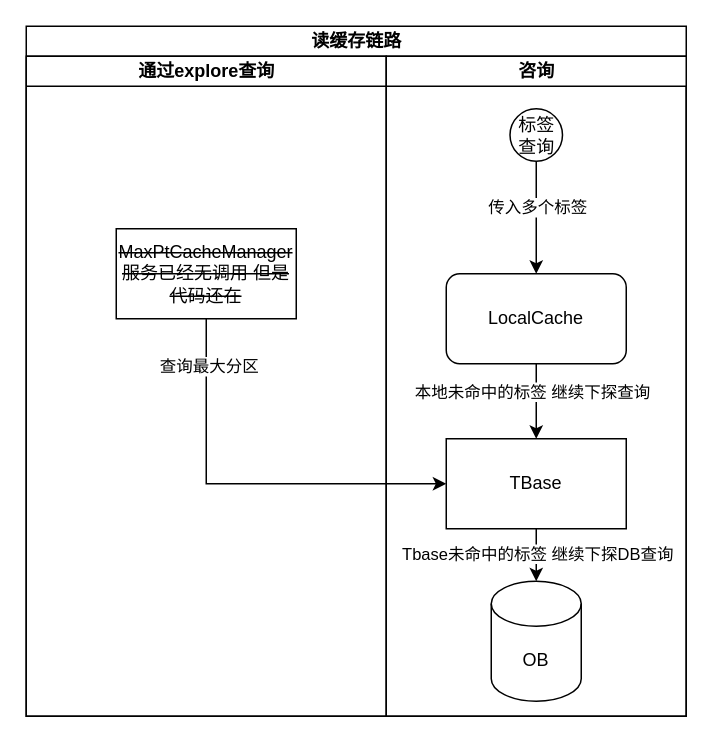
Above: doc/draw/特征缓存读取一览图.drawio in LiYeLin/fruitSellerClient (draw.io), before the change. Source tidied: cells renumbered, new cells numbered last; positions are measured from the earlier drawing's top-left corner, leaving out a move shared by most shapes. Both pictures are drawn from the tidied source at 150%, with x=0, y=0 at pixel (26, 26).
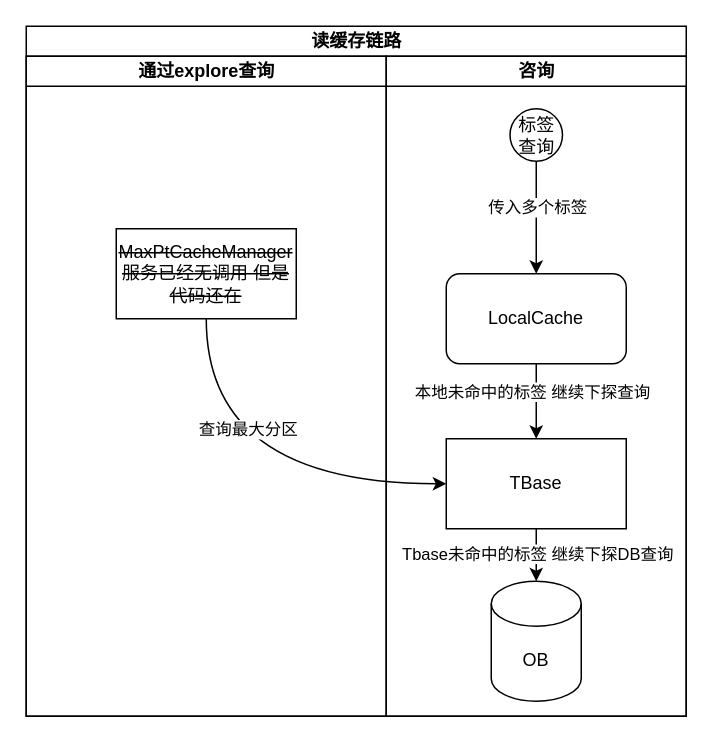
The same diagram, later.

Commit message (it also covers changes not shown here):
更新特征缓存读取一览图.drawio

The edit, as a diff of the source:
```diff
@@
 <mxGraphModel>
   <root>
     <mxCell id="0" />
     <mxCell id="1" parent="0" />
     <mxCell id="2" value="读缓存链路" style="swimlane;startSize=20;html=1;" parent="1" vertex="1">
       <mxGeometry width="440" height="460" as="geometry" />
     </mxCell>
     <mxCell id="3" value="通过explore查询" style="swimlane;startSize=20;html=1;" parent="2" vertex="1">
       <mxGeometry y="20" width="240" height="440" as="geometry" />
     </mxCell>
     <mxCell id="4" value="&lt;strike&gt;MaxPtCacheManager&lt;br&gt;服务已经无调用 但是代码还在&lt;br&gt;&lt;/strike&gt;" style="rounded=0;whiteSpace=wrap;html=1;" parent="3" vertex="1">
       <mxGeometry x="60" y="115" width="120" height="60" as="geometry" />
     </mxCell>
     <mxCell id="5" value="咨询" style="swimlane;startSize=20;html=1;" parent="2" vertex="1">
       <mxGeometry x="240" y="20" width="200" height="440" as="geometry" />
     </mxCell>
     <mxCell id="6" value="TBase" style="rounded=0;whiteSpace=wrap;html=1;" parent="5" vertex="1">
       <mxGeometry x="40" y="255" width="120" height="60" as="geometry" />
     </mxCell>
     <mxCell id="7" style="edgeStyle=orthogonalEdgeStyle;rounded=0;jettySize=auto;html=1;" parent="5" edge="1" source="9" target="12">
       <mxGeometry relative="1" as="geometry" />
     </mxCell>
     <mxCell id="8" value="传入多个标签" style="edgeLabel;html=1;align=center;verticalAlign=middle;" parent="7" vertex="1">
       <mxGeometry x="-0.2" relative="1" as="geometry" />
     </mxCell>
     <mxCell id="9" value="标签查询" style="ellipse;whiteSpace=wrap;html=1;" parent="5" vertex="1">
       <mxGeometry x="82.5" y="35" width="35" height="35" as="geometry" />
     </mxCell>
     <mxCell id="10" style="edgeStyle=orthogonalEdgeStyle;rounded=0;jettySize=auto;html=1;" parent="5" edge="1" source="12" target="6">
       <mxGeometry relative="1" as="geometry" />
     </mxCell>
     <mxCell id="11" value="本地未命中的标签 继续下探查询&amp;nbsp;" style="edgeLabel;html=1;align=center;verticalAlign=middle;" parent="10" vertex="1">
       <mxGeometry x="-0.29" y="-2" relative="1" as="geometry" />
     </mxCell>
     <mxCell id="12" value="LocalCache" style="rounded=1;whiteSpace=wrap;html=1;" parent="5" vertex="1">
       <mxGeometry x="40" y="145" width="120" height="60" as="geometry" />
     </mxCell>
     <mxCell id="13" value="OB" style="shape=cylinder3;whiteSpace=wrap;html=1;boundedLbl=1;backgroundOutline=1;size=15;" parent="5" vertex="1">
       <mxGeometry x="70" y="350" width="60" height="80" as="geometry" />
     </mxCell>
     <mxCell id="14" style="edgeStyle=orthogonalEdgeStyle;rounded=0;jettySize=auto;html=1;entryX=0.5;entryY=0;entryDx=0;entryDy=0;entryPerimeter=0;" parent="5" edge="1" source="6" target="13">
       <mxGeometry relative="1" as="geometry" />
     </mxCell>
     <mxCell id="15" value="Tbase未命中的标签 继续下探DB查询" style="edgeLabel;html=1;align=center;verticalAlign=middle;" parent="14" vertex="1">
       <mxGeometry x="0.16" relative="1" as="geometry" />
     </mxCell>
-    <mxCell id="16" style="edgeStyle=orthogonalEdgeStyle;rounded=0;jettySize=auto;html=1;" parent="2" edge="1" source="4">
-      <mxGeometry relative="1" as="geometry">
-        <mxPoint x="280" y="305" as="targetPoint" />
-        <Array as="points">
-          <mxPoint x="120" y="305" />
-        </Array>
-      </mxGeometry>
-    </mxCell>
+    <mxCell id="18" style="edgeStyle=orthogonalEdgeStyle;rounded=0;jettySize=auto;html=1;entryX=0;entryY=0.5;entryDx=0;entryDy=0;exitX=0.5;exitY=1;exitDx=0;exitDy=0;curved=1;" parent="2" edge="1" source="4" target="6">
+      <mxGeometry relative="1" as="geometry" />
+    </mxCell>
-    <mxCell id="17" value="查询最大分区" style="edgeLabel;html=1;align=center;verticalAlign=middle;" parent="16" vertex="1">
-      <mxGeometry x="-0.77" y="1" relative="1" as="geometry" />
+    <mxCell id="17" value="查询最大分区" style="edgeLabel;html=1;align=center;verticalAlign=middle;" parent="18" vertex="1">
+      <mxGeometry x="-0.46" y="27" relative="1" as="geometry" />
     </mxCell>
   </root>
 </mxGraphModel>
```
